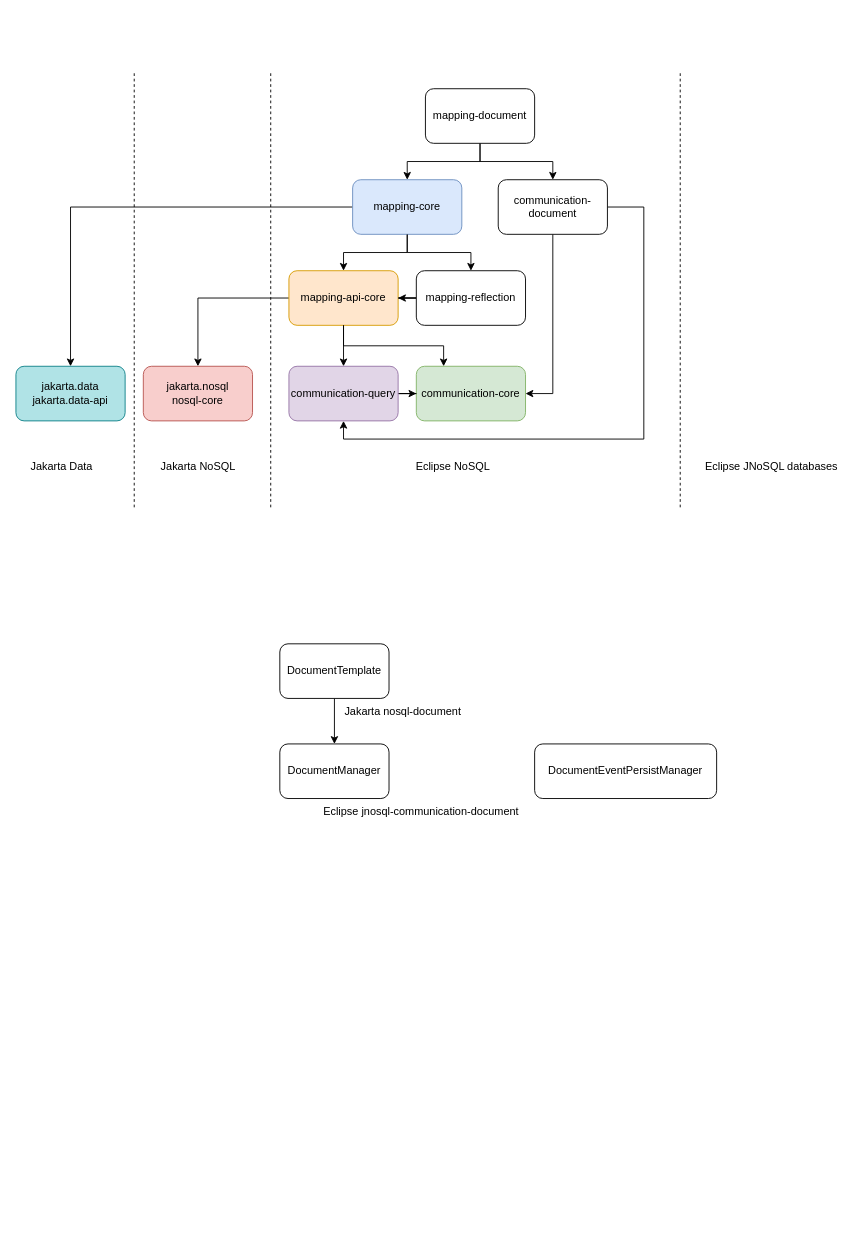
zhongchun/daily keeps this draw.io diagram as page "jakarta nosql" (2 of 3) of store.drawio. Above is the earlier version. Source tidied: cells renumbered, new cells numbered last; positions are measured from the earlier drawing's top-left corner, leaving out a move shared by most shapes. Both pictures are drawn from the tidied source at 91%, with x=0, y=0 at pixel (15, 70).
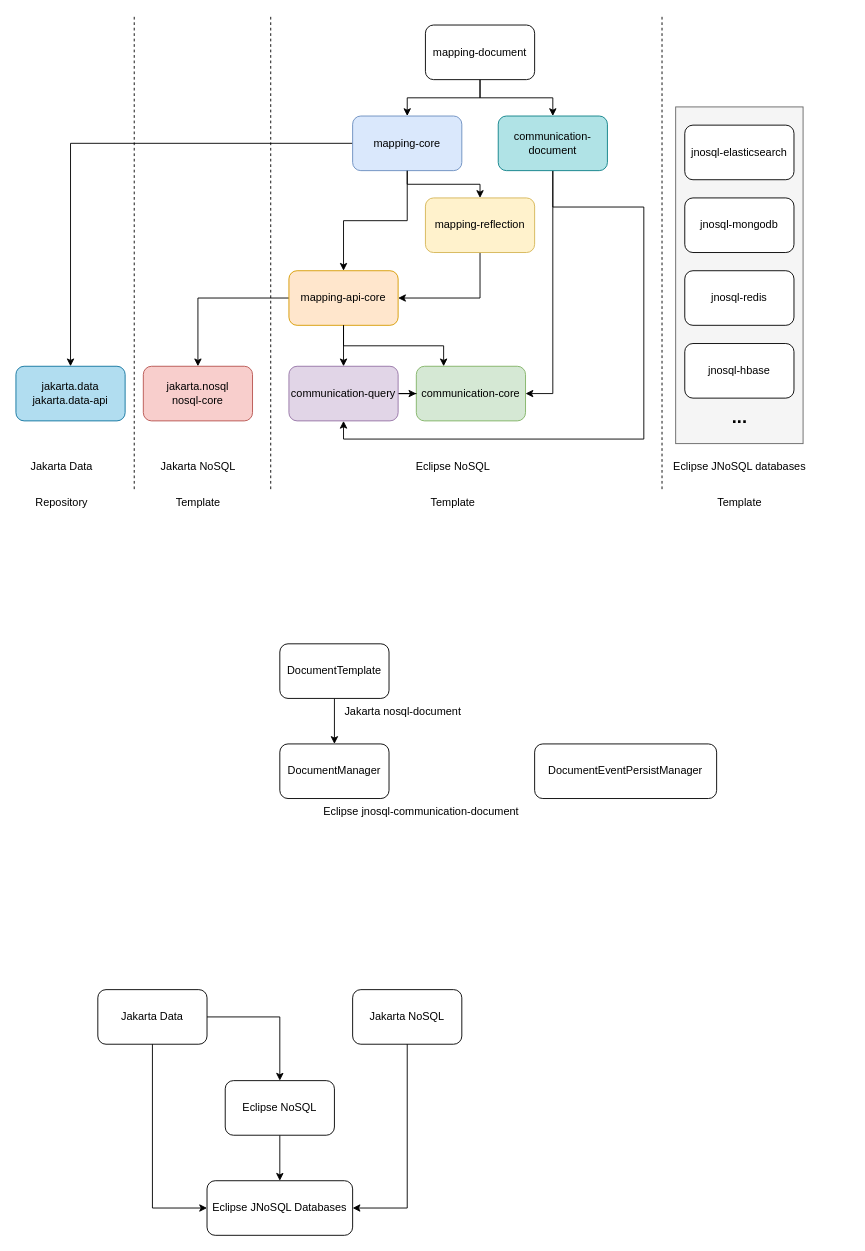
After the change.

Unchanged cells that the change refers to:
```xml
<mxCell id="12" value="mapping-api-core" style="rounded=1;whiteSpace=wrap;html=1;fillColor=#ffe6cc;strokeColor=#d79b00;" parent="1" vertex="1">
  <mxGeometry x="300" y="220" width="120" height="60" as="geometry" />
</mxCell>
```

Diff of the diagram source:
```diff
@@
+    <mxCell id="36" style="rounded=0;whiteSpace=wrap;html=1;fillColor=#f5f5f5;fontColor=#333333;strokeColor=#666666;" parent="1" vertex="1">
+      <mxGeometry x="725" y="40" width="140" height="370" as="geometry" />
+    </mxCell>
@@
     <mxCell id="4" value="mapping-core" style="rounded=1;whiteSpace=wrap;html=1;fillColor=#dae8fc;strokeColor=#6c8ebf;" parent="1" vertex="1">
-      <mxGeometry x="370" y="120" width="120" height="60" as="geometry" />
+      <mxGeometry x="370" y="50" width="120" height="60" as="geometry" />
     </mxCell>
@@
     <mxCell id="7" value="mapping-document" style="rounded=1;whiteSpace=wrap;html=1;" parent="1" vertex="1">
-      <mxGeometry x="450" y="20" width="120" height="60" as="geometry" />
+      <mxGeometry x="450" y="-50" width="120" height="60" as="geometry" />
     </mxCell>
@@
-    <mxCell id="10" value="communication-document" style="rounded=1;whiteSpace=wrap;html=1;" parent="1" vertex="1">
-      <mxGeometry x="530" y="120" width="120" height="60" as="geometry" />
+    <mxCell id="10" value="communication-document" style="rounded=1;whiteSpace=wrap;html=1;fillColor=#b0e3e6;strokeColor=#0e8088;" parent="1" vertex="1">
+      <mxGeometry x="530" y="50" width="120" height="60" as="geometry" />
     </mxCell>
@@
-    <mxCell id="13" style="edgeStyle=orthogonalEdgeStyle;rounded=0;jettySize=auto;html=1;" parent="1" edge="1" source="14" target="12">
+    <mxCell id="13" style="edgeStyle=orthogonalEdgeStyle;rounded=0;jettySize=auto;html=1;entryX=1;entryY=0.5;entryDx=0;entryDy=0;exitX=0.5;exitY=1;exitDx=0;exitDy=0;" parent="1" edge="1" source="14" target="12">
       <mxGeometry relative="1" as="geometry" />
     </mxCell>
-    <mxCell id="14" value="mapping-reflection" style="rounded=1;whiteSpace=wrap;html=1;" parent="1" vertex="1">
-      <mxGeometry x="440" y="220" width="120" height="60" as="geometry" />
+    <mxCell id="14" value="mapping-reflection" style="rounded=1;whiteSpace=wrap;html=1;fillColor=#fff2cc;strokeColor=#d6b656;" parent="1" vertex="1">
+      <mxGeometry x="450" y="140" width="120" height="60" as="geometry" />
     </mxCell>
-    <mxCell id="15" style="edgeStyle=orthogonalEdgeStyle;rounded=0;jettySize=auto;html=1;" parent="1" edge="1" target="14">
-      <mxGeometry relative="1" as="geometry">
-        <mxPoint x="430" y="180" as="sourcePoint" />
-        <Array as="points">
-          <mxPoint x="430" y="200" />
-          <mxPoint x="500" y="200" />
-        </Array>
-      </mxGeometry>
+    <mxCell id="15" style="rounded=0;jettySize=auto;html=1;exitX=0.5;exitY=1;exitDx=0;exitDy=0;entryX=0.5;entryY=0;entryDx=0;entryDy=0;edgeStyle=elbowEdgeStyle;elbow=vertical;" parent="1" edge="1" source="4" target="14">
+      <mxGeometry relative="1" as="geometry" />
     </mxCell>
@@
-    <mxCell id="22" value="jakarta.data&lt;br&gt;jakarta.data-api" style="whiteSpace=wrap;html=1;fillColor=#b0e3e6;strokeColor=#0e8088;rounded=1;" parent="1" vertex="1">
+    <mxCell id="22" value="jakarta.data&lt;br&gt;jakarta.data-api" style="whiteSpace=wrap;html=1;fillColor=#b1ddf0;strokeColor=#10739e;rounded=1;" parent="1" vertex="1">
       <mxGeometry y="325" width="120" height="60" as="geometry" />
     </mxCell>
     <mxCell id="23" style="endArrow=none;dashed=1;html=1;rounded=0;" parent="1" edge="1">
       <mxGeometry relative="1" as="geometry">
-        <mxPoint x="280" y="480" as="sourcePoint" />
-        <mxPoint x="280" as="targetPoint" />
+        <mxPoint x="280" y="460" as="sourcePoint" />
+        <mxPoint x="280" y="-60" as="targetPoint" />
       </mxGeometry>
     </mxCell>
     <mxCell id="24" style="endArrow=none;dashed=1;html=1;rounded=0;" parent="1" edge="1">
       <mxGeometry relative="1" as="geometry">
-        <mxPoint x="130" y="480" as="sourcePoint" />
-        <mxPoint x="130" as="targetPoint" />
+        <mxPoint x="130" y="460" as="sourcePoint" />
+        <mxPoint x="130" y="-60" as="targetPoint" />
       </mxGeometry>
     </mxCell>
@@
     <mxCell id="34" style="endArrow=none;dashed=1;html=1;rounded=0;" parent="1" edge="1">
       <mxGeometry relative="1" as="geometry">
-        <mxPoint x="730" y="480" as="sourcePoint" />
-        <mxPoint x="730" as="targetPoint" />
+        <mxPoint x="710" y="460" as="sourcePoint" />
+        <mxPoint x="710" y="-60" as="targetPoint" />
       </mxGeometry>
     </mxCell>
     <mxCell id="35" value="Eclipse JNoSQL databases" style="text;html=1;align=center;verticalAlign=middle;strokeColor=none;fillColor=none;" parent="1" vertex="1">
-      <mxGeometry x="745" y="420" width="170" height="30" as="geometry" />
+      <mxGeometry x="710" y="420" width="170" height="30" as="geometry" />
     </mxCell>
+    <mxCell id="37" style="edgeStyle=orthogonalEdgeStyle;rounded=0;jettySize=auto;html=1;" parent="1" edge="1" source="38" target="41">
+      <mxGeometry relative="1" as="geometry" />
+    </mxCell>
+    <mxCell id="38" value="Jakarta Data" style="rounded=1;whiteSpace=wrap;html=1;" parent="1" vertex="1">
+      <mxGeometry x="90" y="1010" width="120" height="60" as="geometry" />
+    </mxCell>
+    <mxCell id="39" value="Jakarta NoSQL" style="rounded=1;whiteSpace=wrap;html=1;" parent="1" vertex="1">
+      <mxGeometry x="370" y="1010" width="120" height="60" as="geometry" />
+    </mxCell>
+    <mxCell id="40" style="edgeStyle=orthogonalEdgeStyle;rounded=0;jettySize=auto;html=1;" parent="1" edge="1" source="41" target="42">
+      <mxGeometry relative="1" as="geometry" />
+    </mxCell>
+    <mxCell id="41" value="Eclipse NoSQL" style="rounded=1;whiteSpace=wrap;html=1;" parent="1" vertex="1">
+      <mxGeometry x="230" y="1110" width="120" height="60" as="geometry" />
+    </mxCell>
+    <mxCell id="42" value="Eclipse JNoSQL Databases" style="rounded=1;whiteSpace=wrap;html=1;" parent="1" vertex="1">
+      <mxGeometry x="210" y="1220" width="160" height="60" as="geometry" />
+    </mxCell>
+    <mxCell id="43" style="edgeStyle=orthogonalEdgeStyle;rounded=0;jettySize=auto;html=1;exitX=0.5;exitY=1;exitDx=0;exitDy=0;entryX=0;entryY=0.5;entryDx=0;entryDy=0;" parent="1" edge="1" source="38" target="42">
+      <mxGeometry relative="1" as="geometry" />
+    </mxCell>
+    <mxCell id="44" style="edgeStyle=orthogonalEdgeStyle;rounded=0;jettySize=auto;html=1;exitX=0.5;exitY=1;exitDx=0;exitDy=0;entryX=1;entryY=0.5;entryDx=0;entryDy=0;" parent="1" edge="1" source="39" target="42">
+      <mxGeometry relative="1" as="geometry" />
+    </mxCell>
+    <mxCell id="45" value="Repository" style="text;html=1;align=center;verticalAlign=middle;strokeColor=none;fillColor=none;" parent="1" vertex="1">
+      <mxGeometry x="10" y="460" width="80" height="30" as="geometry" />
+    </mxCell>
+    <mxCell id="46" value="Template" style="text;html=1;align=center;verticalAlign=middle;strokeColor=none;fillColor=none;" parent="1" vertex="1">
+      <mxGeometry x="165" y="460" width="70" height="30" as="geometry" />
+    </mxCell>
+    <mxCell id="47" value="Template" style="text;html=1;align=center;verticalAlign=middle;strokeColor=none;fillColor=none;" parent="1" vertex="1">
+      <mxGeometry x="445" y="460" width="70" height="30" as="geometry" />
+    </mxCell>
+    <mxCell id="48" value="Template" style="text;html=1;align=center;verticalAlign=middle;strokeColor=none;fillColor=none;" parent="1" vertex="1">
+      <mxGeometry x="760" y="460" width="70" height="30" as="geometry" />
+    </mxCell>
+    <mxCell id="49" value="jnosql-elasticsearch" style="rounded=1;whiteSpace=wrap;html=1;" parent="1" vertex="1">
+      <mxGeometry x="735" y="60" width="120" height="60" as="geometry" />
+    </mxCell>
+    <mxCell id="50" value="jnosql-mongodb" style="rounded=1;whiteSpace=wrap;html=1;" parent="1" vertex="1">
+      <mxGeometry x="735" y="140" width="120" height="60" as="geometry" />
+    </mxCell>
+    <mxCell id="51" value="jnosql-redis" style="rounded=1;whiteSpace=wrap;html=1;" parent="1" vertex="1">
+      <mxGeometry x="735" y="220" width="120" height="60" as="geometry" />
+    </mxCell>
+    <mxCell id="52" value="jnosql-hbase" style="rounded=1;whiteSpace=wrap;html=1;" parent="1" vertex="1">
+      <mxGeometry x="735" y="300" width="120" height="60" as="geometry" />
+    </mxCell>
+    <mxCell id="53" value="&lt;b style=&quot;font-size: 20px;&quot;&gt;...&lt;/b&gt;" style="text;html=1;align=center;verticalAlign=middle;strokeColor=none;fillColor=none;fontSize=20;" parent="1" vertex="1">
+      <mxGeometry x="775" y="360" width="40" height="40" as="geometry" />
+    </mxCell>
```
